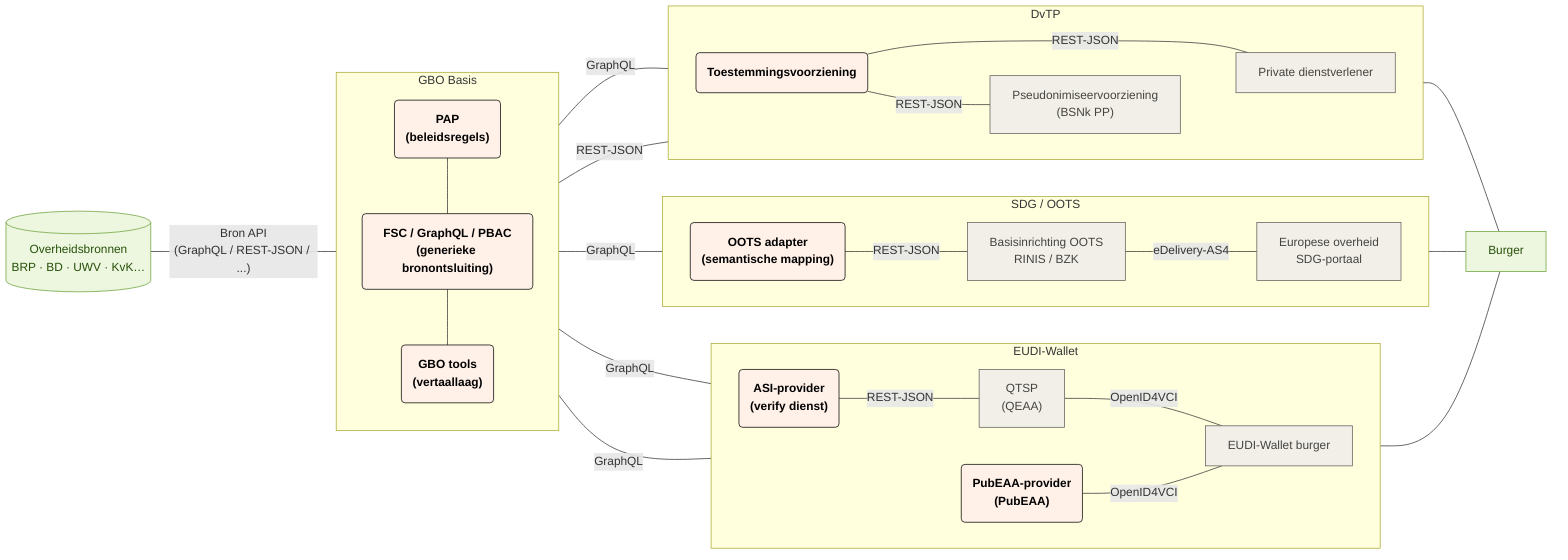
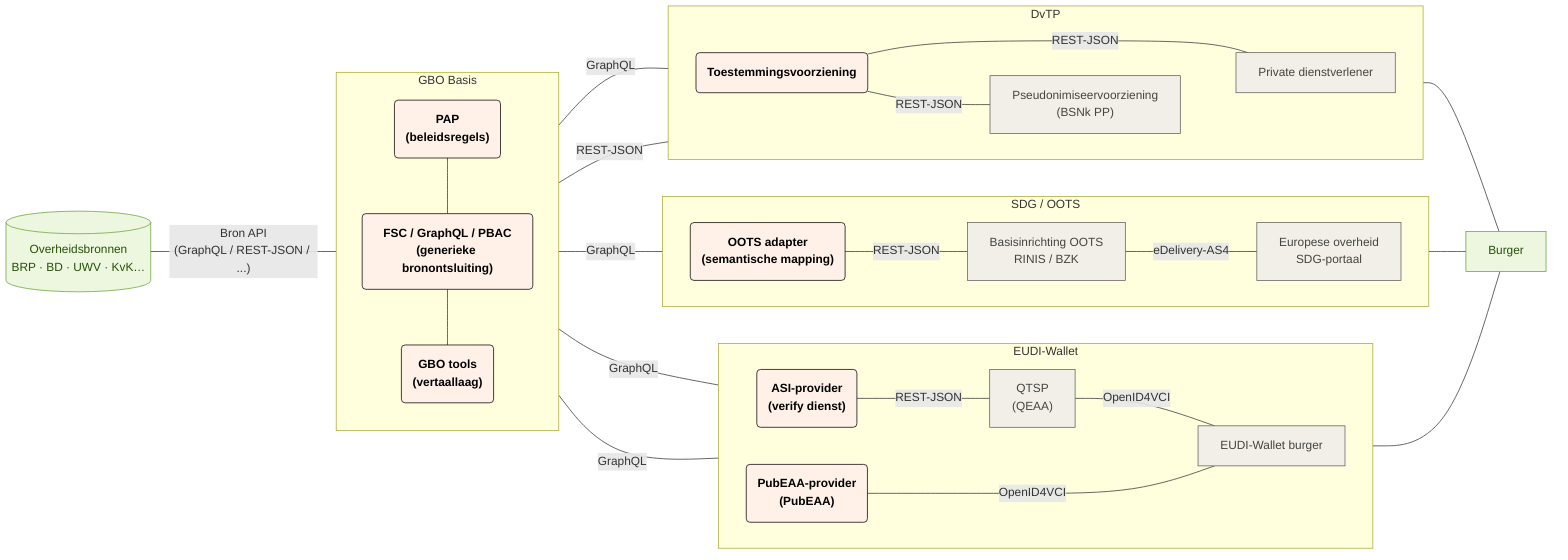
flowchart LR
  subgraph gbo["GBO Basis"]
    direction TB
        fsc_pap("`**PAP<br>(beleidsregels)**`")
        fsc("`**FSC / GraphQL / PBAC<br>(generieke bronontsluiting)**`")
        fsc_tools("`**GBO tools<br>(vertaallaag)**`")
  end
  subgraph eudi["EUDI-Wallet"]
    direction LR
        eudi_asi("`**ASI-provider<br>(verify dienst)**`")
        eudi_pubeaa("`**PubEAA-provider<br>(PubEAA)**`")
        eudi_qeaa["QTSP<br>(QEAA)"]
        eudi_wallet["EUDI-Wallet burger"]
  end
  subgraph oots["SDG / OOTS"]
    direction LR
        oots_adapter("`**OOTS adapter<br>(semantische mapping)**`")
        oots_basis["Basisinrichting OOTS<br>RINIS / BZK"]
        oots_afnemer["Europese overheid<br>SDG-portaal"]
  end
  subgraph dvtp["DvTP"]
    direction LR
        dvtp_toestemming("`**Toestemmingsvoorziening**`")
        dvtp_pseudoniem["Pseudonimiseervoorziening<br>(BSNk PP)"]
        dvtp_afnemer["Private dienstverlener"]
  end

  fsc_pap --- fsc
  fsc --- fsc_tools
  bron[("Overheidsbronnen<br>BRP · BD · UWV · KvK…")] -- Bron API<br>(GraphQL / REST-JSON / ...) --- gbo
  eudi_asi -- REST-JSON --- eudi_qeaa
  eudi_qeaa -- OpenID4VCI --- eudi_wallet
  gbo -- GraphQL --- eudi_asi & eudi_pubeaa & oots_adapter & dvtp_afnemer
-   eudi_pubeaa -- OpenID4VCI --- eudi_wallet
+   eudi_pubeaa -- OpenID4VCI ---- eudi_wallet
  oots_adapter -- REST-JSON --- oots_basis
  oots_basis -- eDelivery-AS4 --- oots_afnemer
  gbo -- REST-JSON --- dvtp_toestemming
  dvtp_toestemming -- REST-JSON --- dvtp_afnemer
  dvtp_toestemming -- REST-JSON --- dvtp_pseudoniem
  dvtp_pseudoniem ~~~ dvtp_afnemer
  eudi_wallet --- burger["Burger"]
  oots_afnemer --- burger
  dvtp_afnemer --- burger

  fsc_pap:::gbo
  fsc:::gbo
  fsc_tools:::gbo
  eudi_asi:::gbo
  eudi_pubeaa:::gbo
  eudi_qeaa:::eudi
  eudi_wallet:::eudi
  oots_adapter:::gbo
  oots_basis:::oots
  oots_afnemer:::oots
  dvtp_toestemming:::gbo
  dvtp_pseudoniem:::dvtp
  dvtp_afnemer:::dvtp
  bron:::bron
  burger:::burger

  classDef bron fill:#edf7df,stroke:#6aa13a,color:#27500a
  classDef generiek fill:#f1efe8,stroke:#5f5e5a,color:#444441
  classDef eudi fill:#f1efe8,stroke:#5f5e5a,color:#444441
  classDef oots fill:#f1efe8,stroke:#5f5e5a,color:#444441
  classDef dvtp fill:#f1efe8,stroke:#5f5e5a,color:#444441
  classDef gbo fill:#fff0e8,stroke:#000000,color:#000000
  classDef burger fill:#edf7df,stroke:#6aa13a,color:#27500a
